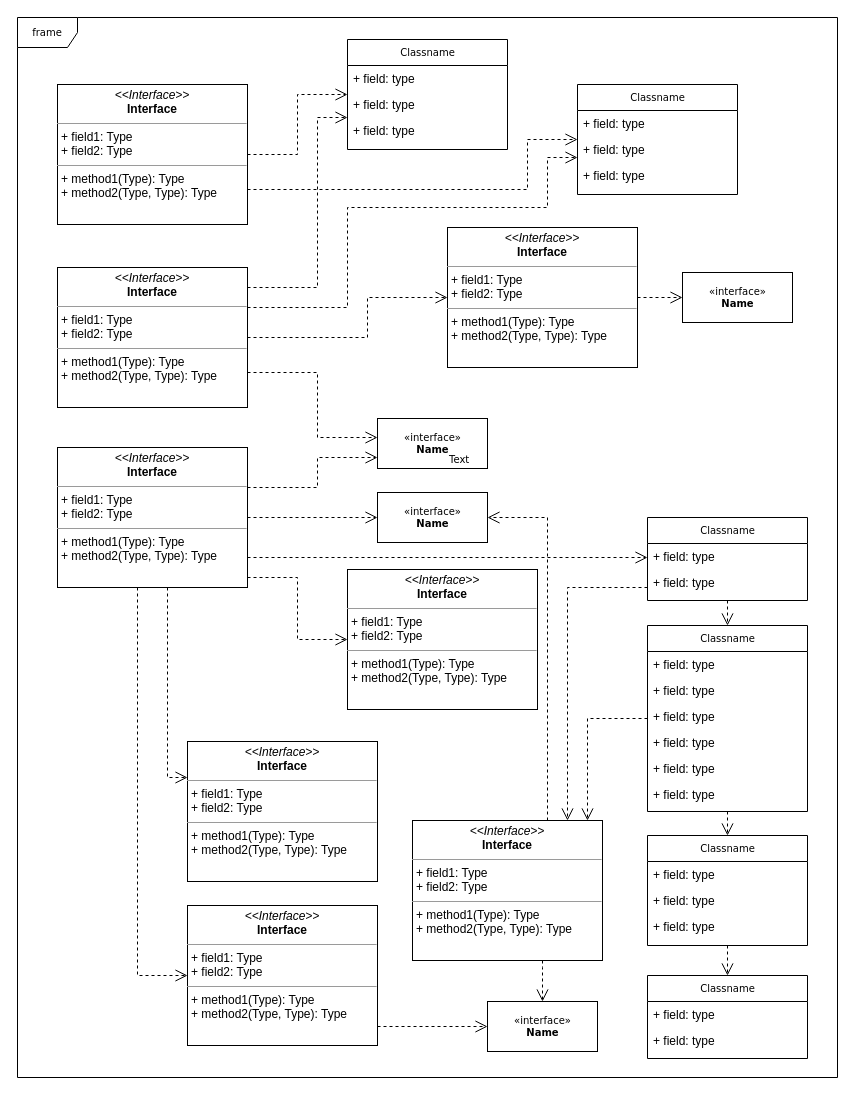
The draw.io diagram OOP/RealtyDatabase/Untitled Diagram.drawio in wang-owen/ICS4U, before the edit. Source tidied: cells renumbered, new cells numbered last; positions are measured from the earlier drawing's top-left corner, leaving out a move shared by most shapes. Both pictures are drawn from the tidied source at 100%, with x=0, y=0 at pixel (17, 17).
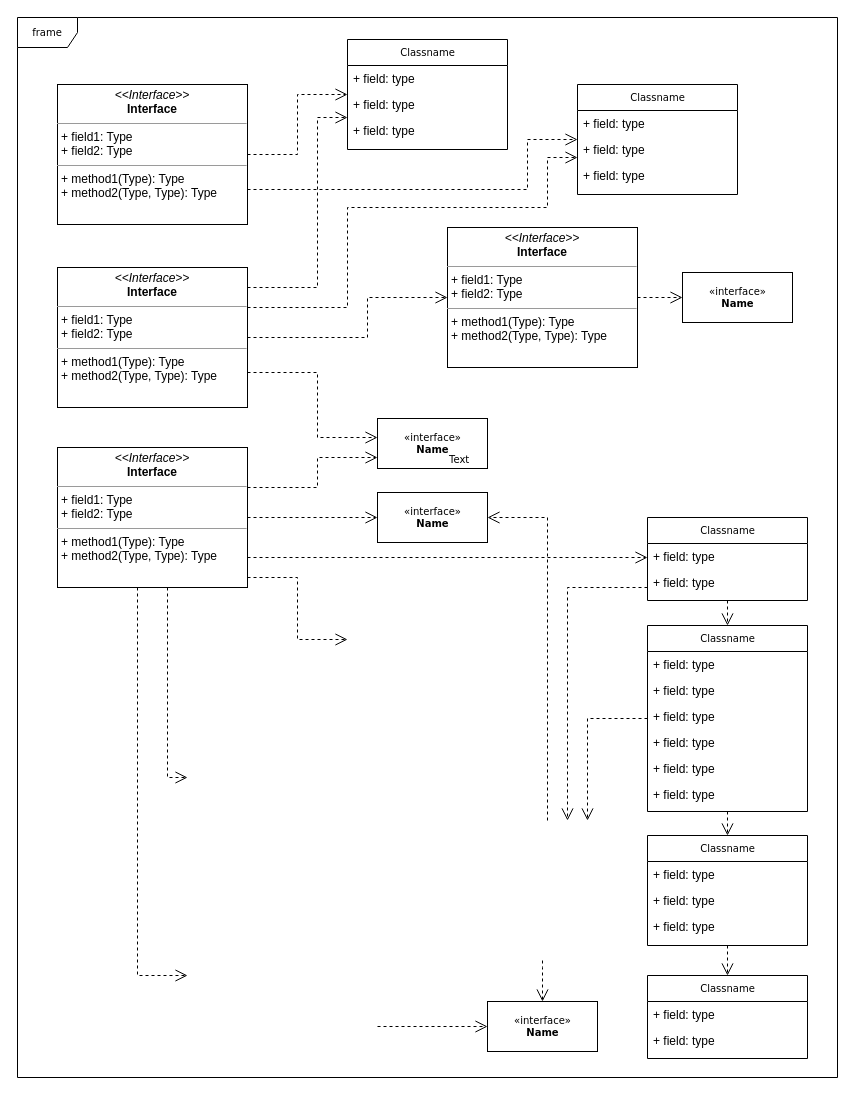
Above is the later version.

The change refers to these unchanged cells:
```xml
<mxCell id="5" value="Classname" style="swimlane;html=1;fontStyle=0;horizontal=1;startSize=26;fillColor=none;swimlaneFillColor=#ffffff;rounded=0;shadow=0;comic=0;labelBackgroundColor=none;strokeWidth=1;fontFamily=Verdana;fontSize=10;align=center;" parent="1" vertex="1">
  <mxGeometry x="630" y="608" width="160" height="186" as="geometry" />
</mxCell>
<mxCell id="29" value="Classname" style="swimlane;html=1;fontStyle=0;horizontal=1;startSize=26;fillColor=none;swimlaneFillColor=#ffffff;rounded=0;shadow=0;comic=0;labelBackgroundColor=none;strokeWidth=1;fontFamily=Verdana;fontSize=10;align=center;" parent="1" vertex="1">
  <mxGeometry x="630" y="500" width="160" height="83" as="geometry" />
</mxCell>
<mxCell id="32" value="&amp;laquo;interface&amp;raquo;&lt;br&gt;&lt;b&gt;Name&lt;/b&gt;" style="html=1;rounded=0;shadow=0;comic=0;labelBackgroundColor=none;strokeWidth=1;fontFamily=Verdana;fontSize=10;align=center;" parent="1" vertex="1">
  <mxGeometry x="470" y="984" width="110" height="50" as="geometry" />
</mxCell>
<mxCell id="40" value="&amp;laquo;interface&amp;raquo;&lt;br&gt;&lt;b&gt;Name&lt;/b&gt;" style="html=1;rounded=0;shadow=0;comic=0;labelBackgroundColor=none;strokeWidth=1;fontFamily=Verdana;fontSize=10;align=center;" parent="1" vertex="1">
  <mxGeometry x="360" y="475" width="110" height="50" as="geometry" />
</mxCell>
<mxCell id="60" value="&lt;p style=&quot;margin:0px;margin-top:4px;text-align:center;&quot;&gt;&lt;i&gt;&amp;lt;&amp;lt;Interface&amp;gt;&amp;gt;&lt;/i&gt;&lt;br/&gt;&lt;b&gt;Interface&lt;/b&gt;&lt;/p&gt;&lt;hr size=&quot;1&quot;/&gt;&lt;p style=&quot;margin:0px;margin-left:4px;&quot;&gt;+ field1: Type&lt;br/&gt;+ field2: Type&lt;/p&gt;&lt;hr size=&quot;1&quot;/&gt;&lt;p style=&quot;margin:0px;margin-left:4px;&quot;&gt;+ method1(Type): Type&lt;br/&gt;+ method2(Type, Type): Type&lt;/p&gt;" style="verticalAlign=top;align=left;overflow=fill;fontSize=12;fontFamily=Helvetica;html=1;rounded=0;shadow=0;comic=0;labelBackgroundColor=none;strokeWidth=1;" parent="1" vertex="1">
  <mxGeometry x="40" y="430" width="190" height="140" as="geometry" />
</mxCell>
```

What changed in the source:
```diff
@@
-    <mxCell id="3" style="edgeStyle=orthogonalEdgeStyle;rounded=0;html=1;dashed=1;labelBackgroundColor=none;startFill=0;endArrow=open;endFill=0;endSize=10;fontFamily=Verdana;fontSize=10;" parent="1" edge="1" source="5" target="35">
+    <mxCell id="3" style="edgeStyle=orthogonalEdgeStyle;rounded=0;html=1;dashed=1;labelBackgroundColor=none;startFill=0;endArrow=open;endFill=0;endSize=10;fontFamily=Verdana;fontSize=10;" parent="1" edge="1" source="5">
       <mxGeometry relative="1" as="geometry">
+        <mxPoint x="570" y="803" as="targetPoint" />
         <Array as="points">
           <mxPoint x="570" y="701" />
         </Array>
       </mxGeometry>
     </mxCell>
@@
-    <mxCell id="33" style="edgeStyle=orthogonalEdgeStyle;rounded=0;html=1;dashed=1;labelBackgroundColor=none;startFill=0;endArrow=open;endFill=0;endSize=10;fontFamily=Verdana;fontSize=10;" parent="1" edge="1" source="35" target="32">
+    <mxCell id="33" style="edgeStyle=orthogonalEdgeStyle;rounded=0;html=1;dashed=1;labelBackgroundColor=none;startFill=0;endArrow=open;endFill=0;endSize=10;fontFamily=Verdana;fontSize=10;" parent="1" edge="1" target="32">
       <mxGeometry relative="1" as="geometry">
+        <mxPoint x="525" y="943" as="sourcePoint" />
         <Array as="points">
           <mxPoint x="525" y="950" />
           <mxPoint x="525" y="950" />
         </Array>
       </mxGeometry>
     </mxCell>
-    <mxCell id="34" style="edgeStyle=orthogonalEdgeStyle;rounded=0;html=1;dashed=1;labelBackgroundColor=none;startFill=0;endArrow=open;endFill=0;endSize=10;fontFamily=Verdana;fontSize=10;" parent="1" edge="1" source="35" target="40">
+    <mxCell id="34" style="edgeStyle=orthogonalEdgeStyle;rounded=0;html=1;dashed=1;labelBackgroundColor=none;startFill=0;endArrow=open;endFill=0;endSize=10;fontFamily=Verdana;fontSize=10;" parent="1" edge="1" target="40">
       <mxGeometry relative="1" as="geometry">
+        <mxPoint x="530" y="803" as="sourcePoint" />
         <Array as="points">
           <mxPoint x="530" y="500" />
         </Array>
       </mxGeometry>
     </mxCell>
-    <mxCell id="35" value="&lt;p style=&quot;margin:0px;margin-top:4px;text-align:center;&quot;&gt;&lt;i&gt;&amp;lt;&amp;lt;Interface&amp;gt;&amp;gt;&lt;/i&gt;&lt;br/&gt;&lt;b&gt;Interface&lt;/b&gt;&lt;/p&gt;&lt;hr size=&quot;1&quot;/&gt;&lt;p style=&quot;margin:0px;margin-left:4px;&quot;&gt;+ field1: Type&lt;br/&gt;+ field2: Type&lt;/p&gt;&lt;hr size=&quot;1&quot;/&gt;&lt;p style=&quot;margin:0px;margin-left:4px;&quot;&gt;+ method1(Type): Type&lt;br/&gt;+ method2(Type, Type): Type&lt;/p&gt;" style="verticalAlign=top;align=left;overflow=fill;fontSize=12;fontFamily=Helvetica;html=1;rounded=0;shadow=0;comic=0;labelBackgroundColor=none;strokeWidth=1;" parent="1" vertex="1">
-      <mxGeometry x="395" y="803" width="190" height="140" as="geometry" />
-    </mxCell>
-    <mxCell id="36" value="&lt;p style=&quot;margin:0px;margin-top:4px;text-align:center;&quot;&gt;&lt;i&gt;&amp;lt;&amp;lt;Interface&amp;gt;&amp;gt;&lt;/i&gt;&lt;br/&gt;&lt;b&gt;Interface&lt;/b&gt;&lt;/p&gt;&lt;hr size=&quot;1&quot;/&gt;&lt;p style=&quot;margin:0px;margin-left:4px;&quot;&gt;+ field1: Type&lt;br/&gt;+ field2: Type&lt;/p&gt;&lt;hr size=&quot;1&quot;/&gt;&lt;p style=&quot;margin:0px;margin-left:4px;&quot;&gt;+ method1(Type): Type&lt;br/&gt;+ method2(Type, Type): Type&lt;/p&gt;" style="verticalAlign=top;align=left;overflow=fill;fontSize=12;fontFamily=Helvetica;html=1;rounded=0;shadow=0;comic=0;labelBackgroundColor=none;strokeWidth=1;" parent="1" vertex="1">
-      <mxGeometry x="330" y="552" width="190" height="140" as="geometry" />
-    </mxCell>
-    <mxCell id="37" style="edgeStyle=orthogonalEdgeStyle;rounded=0;html=1;dashed=1;labelBackgroundColor=none;startFill=0;endArrow=open;endFill=0;endSize=10;fontFamily=Verdana;fontSize=10;" parent="1" edge="1" source="38" target="32">
+    <mxCell id="37" style="edgeStyle=orthogonalEdgeStyle;rounded=0;html=1;dashed=1;labelBackgroundColor=none;startFill=0;endArrow=open;endFill=0;endSize=10;fontFamily=Verdana;fontSize=10;" parent="1" edge="1" target="32">
       <mxGeometry relative="1" as="geometry">
+        <mxPoint x="360" y="1009" as="sourcePoint" />
         <Array as="points">
           <mxPoint x="390" y="1009" />
           <mxPoint x="390" y="1009" />
         </Array>
       </mxGeometry>
     </mxCell>
-    <mxCell id="38" value="&lt;p style=&quot;margin:0px;margin-top:4px;text-align:center;&quot;&gt;&lt;i&gt;&amp;lt;&amp;lt;Interface&amp;gt;&amp;gt;&lt;/i&gt;&lt;br/&gt;&lt;b&gt;Interface&lt;/b&gt;&lt;/p&gt;&lt;hr size=&quot;1&quot;/&gt;&lt;p style=&quot;margin:0px;margin-left:4px;&quot;&gt;+ field1: Type&lt;br/&gt;+ field2: Type&lt;/p&gt;&lt;hr size=&quot;1&quot;/&gt;&lt;p style=&quot;margin:0px;margin-left:4px;&quot;&gt;+ method1(Type): Type&lt;br/&gt;+ method2(Type, Type): Type&lt;/p&gt;" style="verticalAlign=top;align=left;overflow=fill;fontSize=12;fontFamily=Helvetica;html=1;rounded=0;shadow=0;comic=0;labelBackgroundColor=none;strokeWidth=1;" parent="1" vertex="1">
-      <mxGeometry x="170" y="888" width="190" height="140" as="geometry" />
-    </mxCell>
-    <mxCell id="39" value="&lt;p style=&quot;margin:0px;margin-top:4px;text-align:center;&quot;&gt;&lt;i&gt;&amp;lt;&amp;lt;Interface&amp;gt;&amp;gt;&lt;/i&gt;&lt;br/&gt;&lt;b&gt;Interface&lt;/b&gt;&lt;/p&gt;&lt;hr size=&quot;1&quot;/&gt;&lt;p style=&quot;margin:0px;margin-left:4px;&quot;&gt;+ field1: Type&lt;br/&gt;+ field2: Type&lt;/p&gt;&lt;hr size=&quot;1&quot;/&gt;&lt;p style=&quot;margin:0px;margin-left:4px;&quot;&gt;+ method1(Type): Type&lt;br/&gt;+ method2(Type, Type): Type&lt;/p&gt;" style="verticalAlign=top;align=left;overflow=fill;fontSize=12;fontFamily=Helvetica;html=1;rounded=0;shadow=0;comic=0;labelBackgroundColor=none;strokeWidth=1;" parent="1" vertex="1">
-      <mxGeometry x="170" y="724" width="190" height="140" as="geometry" />
-    </mxCell>
@@
-    <mxCell id="56" style="edgeStyle=orthogonalEdgeStyle;rounded=0;html=1;dashed=1;labelBackgroundColor=none;startFill=0;endArrow=open;endFill=0;endSize=10;fontFamily=Verdana;fontSize=10;" parent="1" edge="1" source="60" target="36">
+    <mxCell id="56" style="edgeStyle=orthogonalEdgeStyle;rounded=0;html=1;dashed=1;labelBackgroundColor=none;startFill=0;endArrow=open;endFill=0;endSize=10;fontFamily=Verdana;fontSize=10;" parent="1" edge="1" source="60">
       <mxGeometry relative="1" as="geometry">
+        <mxPoint x="330" y="622" as="targetPoint" />
         <Array as="points">
           <mxPoint x="280" y="560" />
           <mxPoint x="280" y="622" />
         </Array>
       </mxGeometry>
     </mxCell>
@@
-    <mxCell id="58" style="edgeStyle=orthogonalEdgeStyle;rounded=0;html=1;dashed=1;labelBackgroundColor=none;startFill=0;endArrow=open;endFill=0;endSize=10;fontFamily=Verdana;fontSize=10;" parent="1" edge="1" source="60" target="39">
+    <mxCell id="58" style="edgeStyle=orthogonalEdgeStyle;rounded=0;html=1;dashed=1;labelBackgroundColor=none;startFill=0;endArrow=open;endFill=0;endSize=10;fontFamily=Verdana;fontSize=10;" parent="1" edge="1" source="60">
       <mxGeometry relative="1" as="geometry">
+        <mxPoint x="170" y="760" as="targetPoint" />
         <Array as="points">
           <mxPoint x="150" y="760" />
         </Array>
       </mxGeometry>
     </mxCell>
-    <mxCell id="59" style="edgeStyle=orthogonalEdgeStyle;rounded=0;html=1;dashed=1;labelBackgroundColor=none;startFill=0;endArrow=open;endFill=0;endSize=10;fontFamily=Verdana;fontSize=10;" parent="1" edge="1" source="60" target="38">
+    <mxCell id="59" style="edgeStyle=orthogonalEdgeStyle;rounded=0;html=1;dashed=1;labelBackgroundColor=none;startFill=0;endArrow=open;endFill=0;endSize=10;fontFamily=Verdana;fontSize=10;" parent="1" edge="1" source="60">
       <mxGeometry relative="1" as="geometry">
+        <mxPoint x="170" y="958" as="targetPoint" />
         <Array as="points">
           <mxPoint x="120" y="958" />
         </Array>
       </mxGeometry>
     </mxCell>
@@
-    <mxCell id="61" style="edgeStyle=orthogonalEdgeStyle;rounded=0;html=1;dashed=1;labelBackgroundColor=none;startFill=0;endArrow=open;endFill=0;endSize=10;fontFamily=Verdana;fontSize=10;" parent="1" edge="1" source="29" target="35">
+    <mxCell id="61" style="edgeStyle=orthogonalEdgeStyle;rounded=0;html=1;dashed=1;labelBackgroundColor=none;startFill=0;endArrow=open;endFill=0;endSize=10;fontFamily=Verdana;fontSize=10;" parent="1" edge="1" source="29">
       <mxGeometry relative="1" as="geometry">
+        <mxPoint x="550" y="803" as="targetPoint" />
         <Array as="points">
           <mxPoint x="550" y="570" />
         </Array>
       </mxGeometry>
     </mxCell>
```
